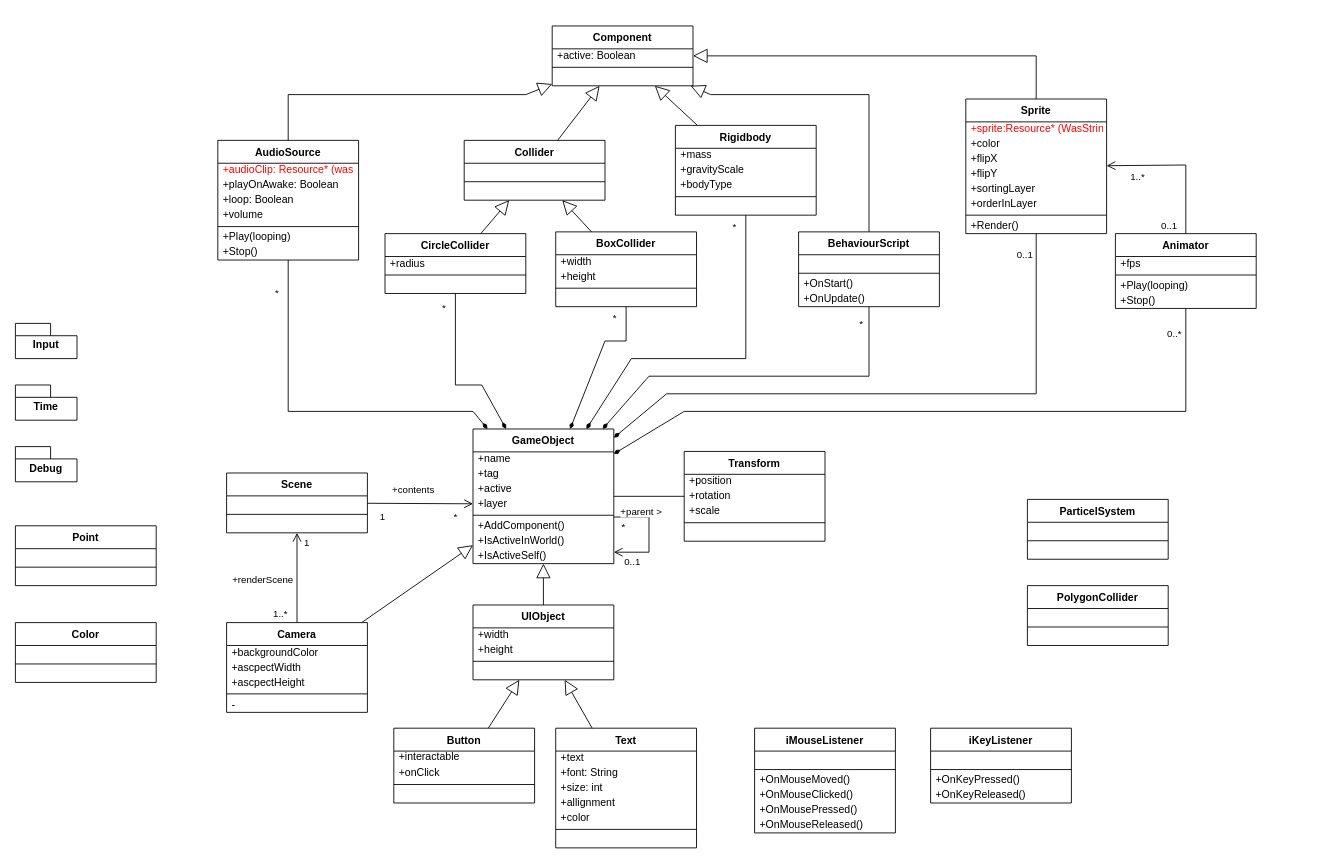
lonkaars/crepe-docs keeps this draw.io diagram as page "Main diagram" (1 of 2) of figs.drawio. Above is the earlier version. Source tidied: cells renumbered, new cells numbered last; positions are measured from the earlier drawing's top-left corner, leaving out a move shared by most shapes. Both pictures are drawn from the tidied source at 88%, with x=0, y=0 at pixel (15, 26).
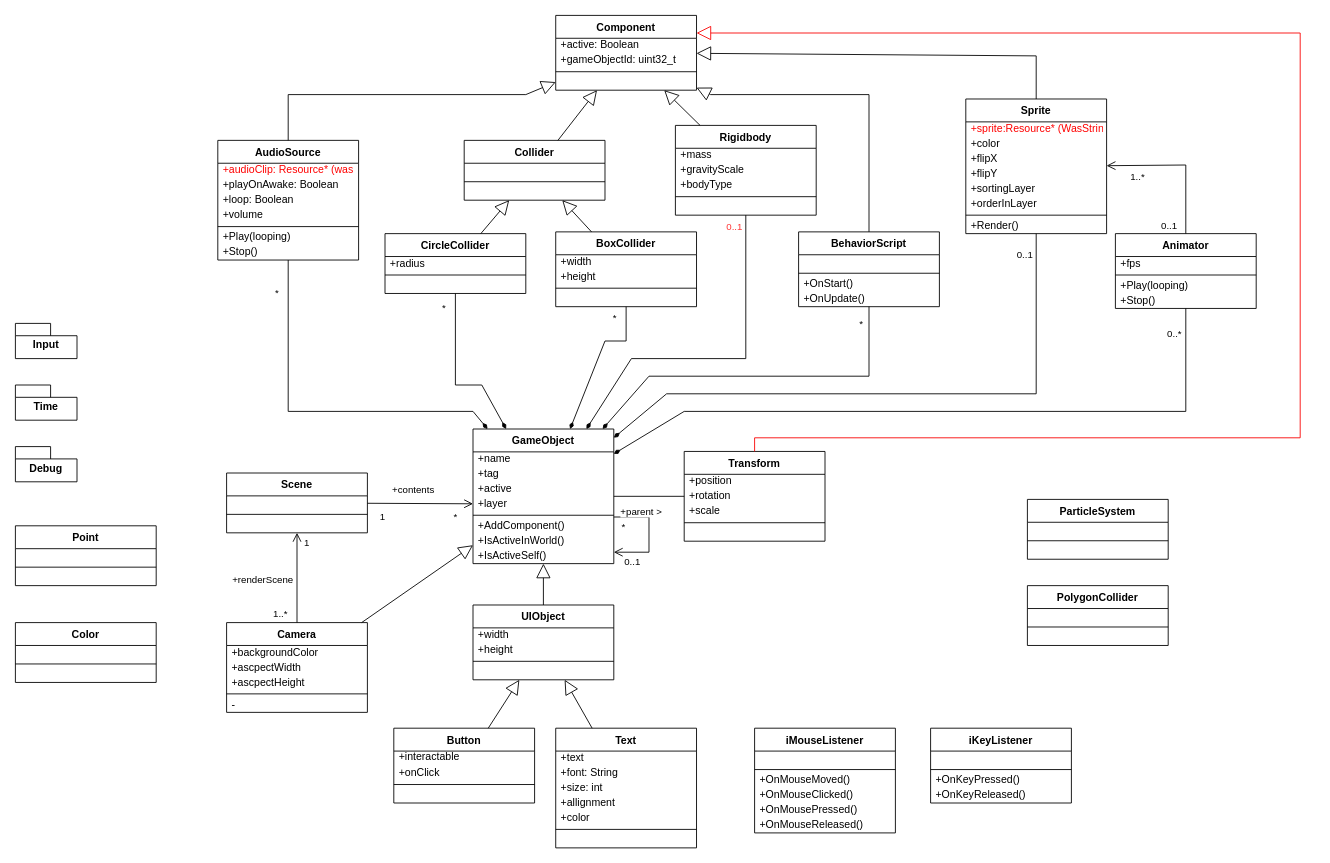
The same page after the edit.

The change refers to these unchanged cells:
```xml
<mxCell id="55" value="Transform" style="swimlane;fontStyle=1;align=center;verticalAlign=top;horizontal=1;startSize=26;rounded=0;shadow=0;strokeWidth=1;direction=east;" parent="1" vertex="1">
  <mxGeometry x="760" y="483.5" width="160" height="102" as="geometry" />
</mxCell>
<mxCell id="141" style="endArrow=none;html=1;rounded=0;endFill=0;endSize=8;startArrow=diamondThin;startFill=1;" parent="1" edge="1" source="2" target="110">
  <mxGeometry relative="1" as="geometry">
    <Array as="points">
      <mxPoint x="700" y="378" />
      <mxPoint x="830" y="378" />
    </Array>
  </mxGeometry>
</mxCell>
```

Change to the diagram source:
```diff
@@
     <mxCell id="106" value="Component" style="swimlane;fontStyle=1;align=center;verticalAlign=top;horizontal=1;startSize=26;rounded=0;shadow=0;strokeWidth=1;direction=east;" parent="1" vertex="1">
-      <mxGeometry x="610" width="160" height="68" as="geometry" />
+      <mxGeometry x="614" y="-12" width="160" height="85" as="geometry" />
     </mxCell>
@@
+    <mxCell id="167" value="+gameObjectId: uint32_t" style="text;align=left;verticalAlign=bottom;spacingLeft=4;spacingRight=4;overflow=hidden;rounded=0;shadow=0;html=0;strokeWidth=1;horizontal=1;" parent="106" vertex="1">
+      <mxGeometry y="43" width="160" height="17" as="geometry" />
+    </mxCell>
     <mxCell id="108" style="line;html=1;strokeWidth=1;align=left;verticalAlign=middle;spacingTop=-1;spacingLeft=3;spacingRight=3;labelPosition=right;fontSize=12;perimeterSpacing=0;verticalLabelPosition=middle;" parent="106" vertex="1">
-      <mxGeometry y="43" width="160" height="8" as="geometry" />
+      <mxGeometry y="60" width="160" height="8" as="geometry" />
     </mxCell>
     <mxCell id="109" style="text;align=left;verticalAlign=bottom;spacingLeft=4;spacingRight=4;overflow=hidden;rounded=0;shadow=0;html=0;strokeWidth=1;horizontal=1;" parent="106" vertex="1">
-      <mxGeometry y="51" width="160" height="17" as="geometry" />
+      <mxGeometry y="68" width="160" height="17" as="geometry" />
     </mxCell>
@@
-    <mxCell id="116" value="BehaviourScript" style="swimlane;fontStyle=1;align=center;verticalAlign=top;horizontal=1;startSize=26;rounded=0;shadow=0;strokeWidth=1;direction=east;" parent="1" vertex="1">
+    <mxCell id="116" value="BehaviorScript" style="swimlane;fontStyle=1;align=center;verticalAlign=top;horizontal=1;startSize=26;rounded=0;shadow=0;strokeWidth=1;direction=east;" parent="1" vertex="1">
       <mxGeometry x="890" y="234" width="160" height="85" as="geometry" />
     </mxCell>
@@
-    <mxCell id="142" value="*" style="edgeLabel;html=1;align=center;verticalAlign=middle;" parent="141" vertex="1">
+    <mxCell id="142" value="&lt;font color=&quot;#ff3333&quot;&gt;0..1&lt;/font&gt;" style="edgeLabel;html=1;align=center;verticalAlign=middle;" parent="141" vertex="1">
       <mxGeometry x="0.8" y="-2" relative="1" as="geometry">
         <mxPoint x="-16" y="-26" as="offset" />
       </mxGeometry>
     </mxCell>
@@
-    <mxCell id="159" value="ParticelSystem" style="swimlane;fontStyle=1;align=center;verticalAlign=top;horizontal=1;startSize=26;rounded=0;shadow=0;strokeWidth=1;direction=east;" parent="1" vertex="1">
+    <mxCell id="159" value="ParticleSystem" style="swimlane;fontStyle=1;align=center;verticalAlign=top;horizontal=1;startSize=26;rounded=0;shadow=0;strokeWidth=1;direction=east;" parent="1" vertex="1">
       <mxGeometry x="1150" y="538" width="160" height="68" as="geometry" />
     </mxCell>
@@
+    <mxCell id="168" style="endArrow=block;html=1;rounded=0;endFill=0;strokeWidth=1;endSize=14;edgeStyle=orthogonalEdgeStyle;fontColor=#FF0000;strokeColor=#fa0000;" parent="1" edge="1" source="55" target="106">
+      <mxGeometry relative="1" as="geometry">
+        <Array as="points">
+          <mxPoint x="840" y="468" />
+          <mxPoint x="1460" y="468" />
+          <mxPoint x="1460" y="8" />
+        </Array>
+      </mxGeometry>
+    </mxCell>
```
